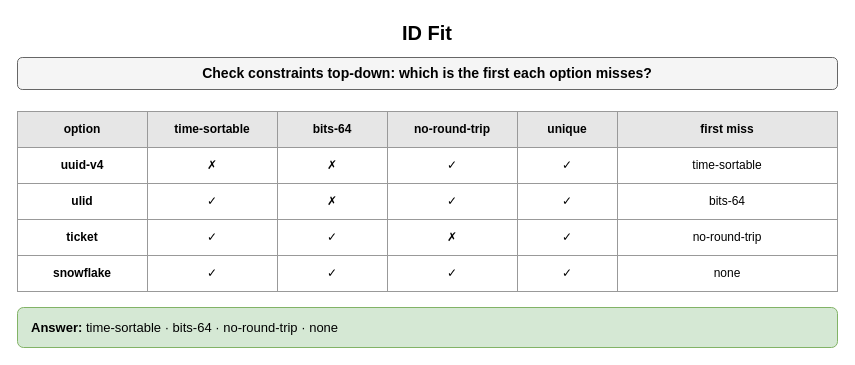
This is page "ID Fit" (1 of 8) of content/09_System_Design_Interview/19_Unique_ID_Generation/diagrams/unique-id-drills.drawio from amendez13/swe-study-guide, a draw.io file, before an edit. Source tidied: cells renumbered, new cells numbered last; positions are measured from the earlier drawing's top-left corner, leaving out a move shared by most shapes. Both pictures are drawn from the tidied source at 100%, with x=0, y=0 at pixel (17, 17).
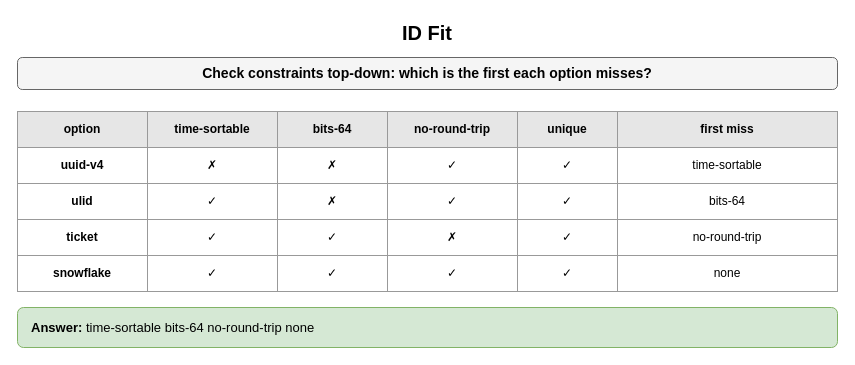
After the change.

Diff of the diagram source:
```diff
@@
-    <mxCell id="34" value="&lt;b&gt;Answer:&lt;/b&gt; time-sortable · bits-64 · no-round-trip · none" style="rounded=1;whiteSpace=wrap;html=1;fillColor=#d5e8d4;strokeColor=#82b366;fontSize=13;align=left;spacingLeft=12;" parent="1" vertex="1">
+    <mxCell id="34" value="&lt;b&gt;Answer:&lt;/b&gt; time-sortable bits-64 no-round-trip none" style="rounded=1;whiteSpace=wrap;html=1;fillColor=#d5e8d4;strokeColor=#82b366;fontSize=13;align=left;spacingLeft=12;" parent="1" vertex="1">
       <mxGeometry y="290" width="820" height="40" as="geometry" />
     </mxCell>
```
